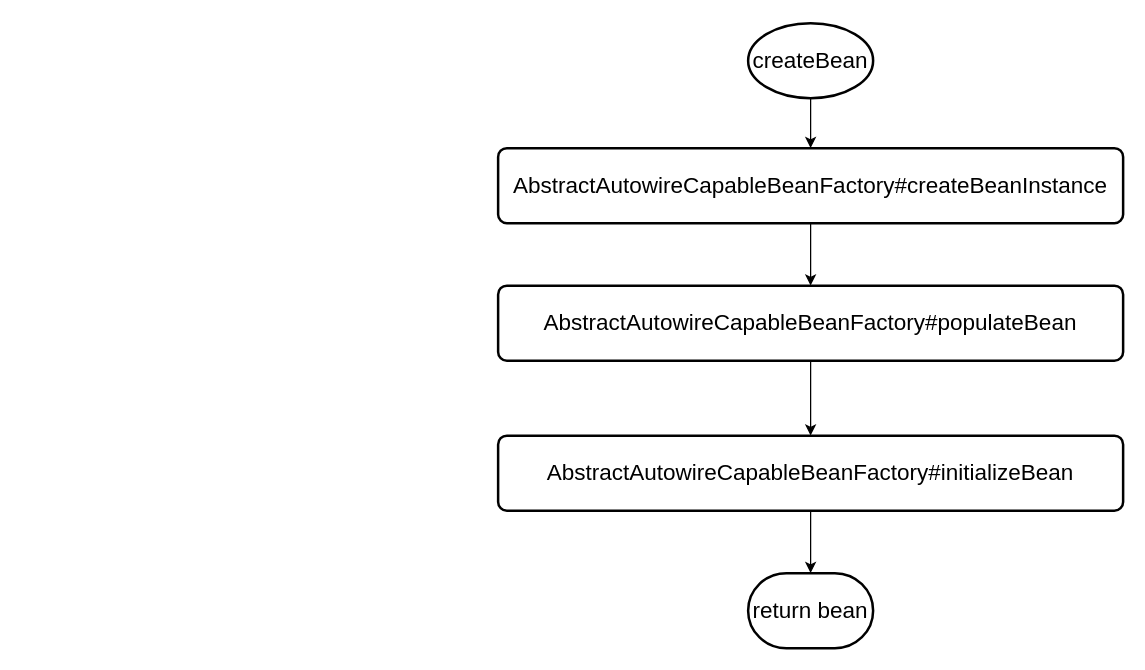
The draw.io diagram spring/bean的简化创建过程.drawio in GitHeP/diagrams, before the edit. Source tidied: cells renumbered, new cells numbered last; positions are measured from the earlier drawing's top-left corner, leaving out a move shared by most shapes. Both pictures are drawn from the tidied source at 125%, with x=0, y=0 at pixel (498, 22).
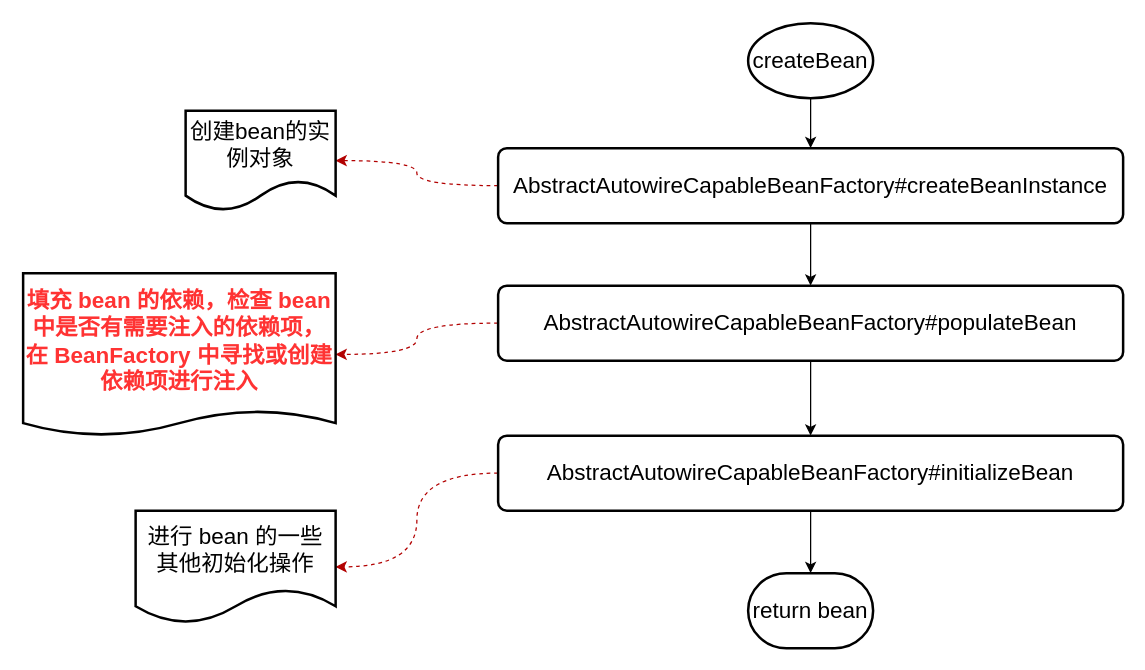
The same page after the edit.

Commit message (it also covers changes not shown here):
更新bean的简化创建过程.drawio

The edit, as a diff of the source:
```diff
@@
 <mxGraphModel>
   <root>
     <mxCell id="0" />
     <mxCell id="1" parent="0" />
     <mxCell id="2" style="edgeStyle=orthogonalEdgeStyle;rounded=0;jettySize=auto;html=1;fontSize=18;" parent="1" edge="1" source="3" target="5">
       <mxGeometry relative="1" as="geometry" />
     </mxCell>
+    <mxCell id="11" style="edgeStyle=orthogonalEdgeStyle;jettySize=auto;html=1;fontSize=18;curved=1;fillColor=#e51400;strokeColor=#B20000;dashed=1;" parent="1" edge="1" source="3" target="14">
+      <mxGeometry relative="1" as="geometry" />
+    </mxCell>
     <mxCell id="3" value="&lt;font style=&quot;font-size: 18px;&quot;&gt;AbstractAutowireCapableBeanFactory#createBeanInstance&lt;/font&gt;" style="rounded=1;whiteSpace=wrap;html=1;absoluteArcSize=1;arcSize=14;strokeWidth=2;" parent="1" vertex="1">
       <mxGeometry y="100" width="500" height="60" as="geometry" />
     </mxCell>
     <mxCell id="4" style="edgeStyle=orthogonalEdgeStyle;rounded=0;jettySize=auto;html=1;fontSize=18;" parent="1" edge="1" source="5" target="7">
       <mxGeometry relative="1" as="geometry" />
     </mxCell>
+    <mxCell id="12" style="edgeStyle=orthogonalEdgeStyle;jettySize=auto;html=1;fontSize=18;curved=1;fillColor=#e51400;strokeColor=#B20000;dashed=1;" parent="1" edge="1" source="5" target="15">
+      <mxGeometry relative="1" as="geometry" />
+    </mxCell>
     <mxCell id="5" value="&lt;font style=&quot;font-size: 18px;&quot;&gt;AbstractAutowireCapableBeanFactory#populateBean&lt;/font&gt;" style="rounded=1;whiteSpace=wrap;html=1;absoluteArcSize=1;arcSize=14;strokeWidth=2;" parent="1" vertex="1">
       <mxGeometry y="210" width="500" height="60" as="geometry" />
     </mxCell>
     <mxCell id="6" style="edgeStyle=orthogonalEdgeStyle;rounded=0;jettySize=auto;html=1;fontSize=18;" parent="1" edge="1" source="7" target="8">
       <mxGeometry relative="1" as="geometry" />
     </mxCell>
+    <mxCell id="13" style="edgeStyle=orthogonalEdgeStyle;jettySize=auto;html=1;fontSize=18;curved=1;fillColor=#e51400;strokeColor=#B20000;dashed=1;" parent="1" edge="1" source="7" target="16">
+      <mxGeometry relative="1" as="geometry" />
+    </mxCell>
     <mxCell id="7" value="&lt;font style=&quot;font-size: 18px;&quot;&gt;AbstractAutowireCapableBeanFactory#initializeBean&lt;/font&gt;" style="rounded=1;whiteSpace=wrap;html=1;absoluteArcSize=1;arcSize=14;strokeWidth=2;" parent="1" vertex="1">
       <mxGeometry y="330" width="500" height="60" as="geometry" />
     </mxCell>
     <mxCell id="8" value="return bean" style="strokeWidth=2;html=1;shape=mxgraph.flowchart.terminator;whiteSpace=wrap;fontSize=18;" parent="1" vertex="1">
       <mxGeometry x="200" y="440" width="100" height="60" as="geometry" />
     </mxCell>
     <mxCell id="9" style="edgeStyle=orthogonalEdgeStyle;rounded=0;jettySize=auto;html=1;entryX=0.5;entryY=0;entryDx=0;entryDy=0;fontSize=18;" parent="1" edge="1" source="10" target="3">
       <mxGeometry relative="1" as="geometry" />
     </mxCell>
     <mxCell id="10" value="createBean" style="strokeWidth=2;html=1;shape=mxgraph.flowchart.start_1;whiteSpace=wrap;fontSize=18;" parent="1" vertex="1">
       <mxGeometry x="200" width="100" height="60" as="geometry" />
     </mxCell>
+    <mxCell id="14" value="&lt;font style=&quot;font-size: 18px;&quot;&gt;创建bean的实例对象&lt;/font&gt;" style="shape=document;whiteSpace=wrap;html=1;boundedLbl=1;rounded=1;arcSize=14;strokeWidth=2;" parent="1" vertex="1">
+      <mxGeometry x="-250" y="70" width="120" height="80" as="geometry" />
+    </mxCell>
+    <mxCell id="15" value="&lt;font color=&quot;#ff3333&quot; style=&quot;font-size: 18px;&quot;&gt;&lt;b&gt;填充 bean 的依赖，检查 bean 中是否有需要注入的依赖项，在 BeanFactory 中寻找或创建依赖项进行注入&lt;/b&gt;&lt;/font&gt;" style="shape=document;whiteSpace=wrap;html=1;boundedLbl=1;rounded=1;arcSize=14;strokeWidth=2;size=0.15384615384615385;" parent="1" vertex="1">
+      <mxGeometry x="-380" y="200" width="250" height="130" as="geometry" />
+    </mxCell>
+    <mxCell id="16" value="&lt;font style=&quot;font-size: 18px;&quot;&gt;进行 bean 的一些其他初始化操作&lt;/font&gt;" style="shape=document;whiteSpace=wrap;html=1;boundedLbl=1;rounded=1;arcSize=14;strokeWidth=2;" parent="1" vertex="1">
+      <mxGeometry x="-290" y="390" width="160" height="90" as="geometry" />
+    </mxCell>
   </root>
 </mxGraphModel>
```
